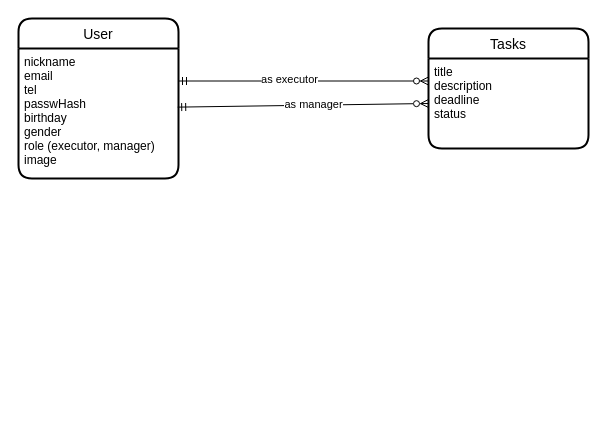
Before: er.drawio in pecourses/pe2024-1-fullstack, a draw.io diagram. Source tidied: cells renumbered, new cells numbered last; positions are measured from the earlier drawing's top-left corner, leaving out a move shared by most shapes. Both pictures are drawn from the tidied source at 100%, with x=0, y=0 at pixel (18, 18).
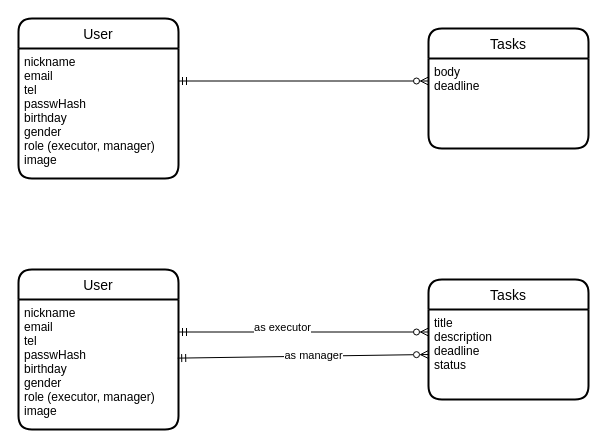
The same diagram, later.

Commit message (it also covers changes not shown here):
Add task migration

What changed in the source:
```diff
@@
 <mxGraphModel>
   <root>
     <mxCell id="0" />
     <mxCell id="1" parent="0" />
     <mxCell id="2" value="User" style="swimlane;horizontal=1;startSize=30;rounded=1;fontSize=14;fontStyle=0;strokeWidth=2;shadow=0;dashed=0;align=center;" parent="1" vertex="1">
       <mxGeometry width="160" height="160" as="geometry" />
     </mxCell>
     <mxCell id="3" value="nickname&#10;email&#10;tel&#10;passwHash&#10;birthday&#10;gender&#10;role (executor, manager)&#10;image" style="align=left;strokeColor=none;fillColor=none;spacingLeft=4;fontSize=12;verticalAlign=top;" parent="2" vertex="1">
       <mxGeometry y="30" width="160" height="130" as="geometry" />
     </mxCell>
     <mxCell id="4" value="Tasks" style="swimlane;horizontal=1;startSize=30;rounded=1;fontSize=14;fontStyle=0;strokeWidth=2;shadow=0;dashed=0;align=center;" parent="1" vertex="1">
       <mxGeometry x="410" y="10" width="160" height="120" as="geometry" />
     </mxCell>
-    <mxCell id="5" value="title&#10;description&#10;deadline&#10;status" style="align=left;strokeColor=none;fillColor=none;spacingLeft=4;fontSize=12;verticalAlign=top;" parent="4" vertex="1">
+    <mxCell id="5" value="body&#10;deadline" style="align=left;strokeColor=none;fillColor=none;spacingLeft=4;fontSize=12;verticalAlign=top;" parent="4" vertex="1">
       <mxGeometry y="30" width="160" height="90" as="geometry" />
     </mxCell>
     <mxCell id="6" style="endArrow=ERzeroToMany;html=1;rounded=0;exitX=1;exitY=0.25;exitDx=0;exitDy=0;entryX=0;entryY=0.25;entryDx=0;entryDy=0;startArrow=ERmandOne;startFill=0;endFill=0;" parent="1" edge="1" source="3" target="5">
       <mxGeometry relative="1" as="geometry" />
     </mxCell>
-    <mxCell id="7" style="endArrow=ERzeroToMany;html=1;rounded=0;exitX=0.995;exitY=0.451;exitDx=0;exitDy=0;exitPerimeter=0;entryX=0;entryY=0.5;entryDx=0;entryDy=0;startArrow=ERmandOne;startFill=0;endFill=0;" parent="1" edge="1" source="3" target="5">
-      <mxGeometry relative="1" as="geometry" />
-    </mxCell>
+    <mxCell id="10" value="User" style="swimlane;horizontal=1;startSize=30;rounded=1;fontSize=14;fontStyle=0;strokeWidth=2;shadow=0;dashed=0;align=center;" parent="1" vertex="1">
+      <mxGeometry y="251" width="160" height="160" as="geometry" />
+    </mxCell>
+    <mxCell id="11" value="nickname&#10;email&#10;tel&#10;passwHash&#10;birthday&#10;gender&#10;role (executor, manager)&#10;image" style="align=left;strokeColor=none;fillColor=none;spacingLeft=4;fontSize=12;verticalAlign=top;" parent="10" vertex="1">
+      <mxGeometry y="30" width="160" height="130" as="geometry" />
+    </mxCell>
+    <mxCell id="12" value="Tasks" style="swimlane;horizontal=1;startSize=30;rounded=1;fontSize=14;fontStyle=0;strokeWidth=2;shadow=0;dashed=0;align=center;" parent="1" vertex="1">
+      <mxGeometry x="410" y="261" width="160" height="120" as="geometry" />
+    </mxCell>
+    <mxCell id="13" value="title&#10;description&#10;deadline&#10;status" style="align=left;strokeColor=none;fillColor=none;spacingLeft=4;fontSize=12;verticalAlign=top;" parent="12" vertex="1">
+      <mxGeometry y="30" width="160" height="90" as="geometry" />
+    </mxCell>
+    <mxCell id="14" style="endArrow=ERzeroToMany;html=1;rounded=0;exitX=1;exitY=0.25;exitDx=0;exitDy=0;entryX=0;entryY=0.25;entryDx=0;entryDy=0;startArrow=ERmandOne;startFill=0;endFill=0;" parent="1" edge="1" source="11" target="13">
+      <mxGeometry relative="1" as="geometry" />
+    </mxCell>
+    <mxCell id="15" style="endArrow=ERzeroToMany;html=1;rounded=0;exitX=0.995;exitY=0.451;exitDx=0;exitDy=0;exitPerimeter=0;entryX=0;entryY=0.5;entryDx=0;entryDy=0;startArrow=ERmandOne;startFill=0;endFill=0;" parent="1" edge="1" source="11" target="13">
+      <mxGeometry relative="1" as="geometry" />
+    </mxCell>
-    <mxCell id="8" value="as manager" style="edgeLabel;html=1;align=center;verticalAlign=middle;" parent="7" vertex="1">
+    <mxCell id="8" value="as manager" style="edgeLabel;html=1;align=center;verticalAlign=middle;" parent="15" vertex="1">
       <mxGeometry x="0.08" y="1" relative="1" as="geometry" />
     </mxCell>
     <mxCell id="9" value="as executor" style="edgeLabel;html=1;align=center;verticalAlign=middle;" parent="1" vertex="1">
-      <mxGeometry x="270" y="60" as="geometry" />
+      <mxGeometry x="270" y="311" as="geometry">
+        <mxPoint x="-7" y="-3" as="offset" />
+      </mxGeometry>
     </mxCell>
   </root>
 </mxGraphModel>
```
